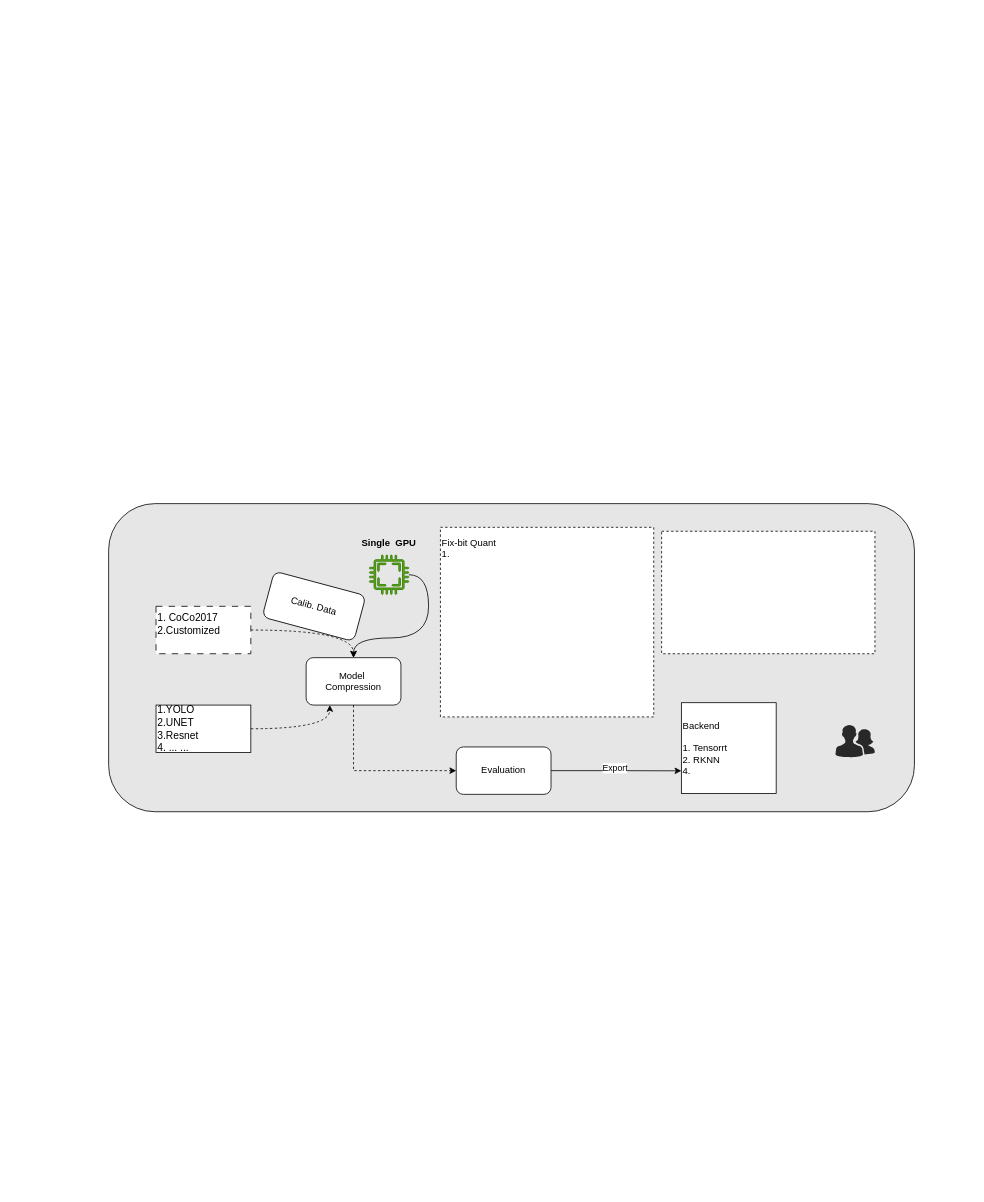
The draw.io diagram 模型压缩流程.drawio in Discovery-Kingdom/draft, before the edit. Source tidied: cells renumbered, new cells numbered last; positions are measured from the earlier drawing's top-left corner, leaving out a move shared by most shapes. Both pictures are drawn from the tidied source at 79%, with x=0, y=0 at pixel (108, 503).
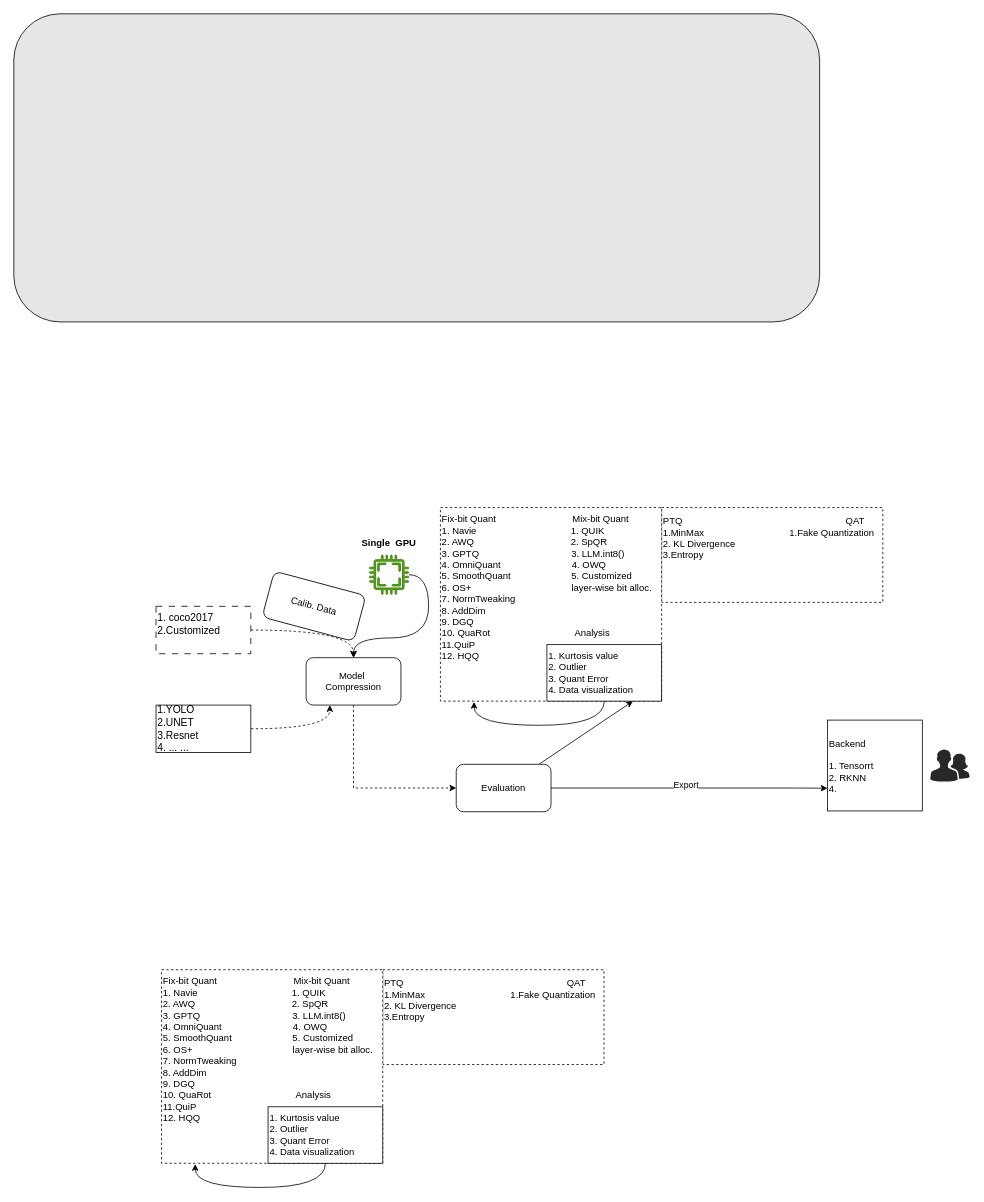
The same diagram, later.

Commit message:
更新模型压缩流程.drawio

Change to the diagram source:
```diff
@@
     <mxCell id="2" style="rounded=1;whiteSpace=wrap;html=1;fillColor=#E6E6E6;" parent="1" vertex="1">
-      <mxGeometry width="1020" height="390" as="geometry" />
+      <mxGeometry x="-120" y="-620" width="1020" height="390" as="geometry" />
     </mxCell>
@@
-    <mxCell id="4" value="1. CoCo2017&lt;div&gt;2.Customized&lt;br&gt;&lt;div&gt;&lt;br&gt;&lt;/div&gt;&lt;/div&gt;" style="rounded=0;whiteSpace=wrap;html=1;dashed=1;dashPattern=8 8;fontSize=13;align=left;" parent="1" vertex="1">
+    <mxCell id="4" value="1. coco2017&lt;div&gt;2.Customized&lt;br&gt;&lt;div&gt;&lt;br&gt;&lt;/div&gt;&lt;/div&gt;" style="rounded=0;whiteSpace=wrap;html=1;dashed=1;dashPattern=8 8;fontSize=13;align=left;" parent="1" vertex="1">
       <mxGeometry x="60" y="130" width="120" height="60" as="geometry" />
     </mxCell>
@@
     <mxCell id="13" style="edgeStyle=orthogonalEdgeStyle;rounded=0;jettySize=auto;html=1;exitX=1;exitY=0.5;exitDx=0;exitDy=0;entryX=0;entryY=0.75;entryDx=0;entryDy=0;" parent="1" edge="1" source="15" target="18">
-      <mxGeometry relative="1" as="geometry" />
+      <mxGeometry relative="1" as="geometry">
+        <Array as="points">
+          <mxPoint x="870" y="360" />
+        </Array>
+      </mxGeometry>
     </mxCell>
@@
+    <mxCell id="20" style="rounded=0;jettySize=auto;html=1;entryX=0.75;entryY=1;entryDx=0;entryDy=0;" parent="1" edge="1" source="15" target="22">
+      <mxGeometry relative="1" as="geometry" />
+    </mxCell>
     <mxCell id="15" value="Evaluation" style="rounded=1;whiteSpace=wrap;html=1;" parent="1" vertex="1">
-      <mxGeometry x="440" y="308" width="120" height="60" as="geometry" />
+      <mxGeometry x="440" y="330" width="120" height="60" as="geometry" />
     </mxCell>
-    <mxCell id="16" value="Fix-bit Quant&lt;div&gt;1.&lt;/div&gt;&lt;div&gt;&lt;br&gt;&lt;/div&gt;&lt;div&gt;&lt;br&gt;&lt;/div&gt;&lt;div&gt;&lt;br&gt;&lt;/div&gt;&lt;div&gt;&lt;br&gt;&lt;/div&gt;&lt;div&gt;&lt;br&gt;&lt;/div&gt;&lt;div&gt;&lt;br&gt;&lt;/div&gt;&lt;div&gt;&lt;br&gt;&lt;/div&gt;&lt;div&gt;&lt;br&gt;&lt;/div&gt;&lt;div&gt;&lt;br&gt;&lt;/div&gt;&lt;div&gt;&lt;br&gt;&lt;/div&gt;&lt;div&gt;&lt;br&gt;&lt;/div&gt;&lt;div&gt;&lt;br&gt;&lt;/div&gt;&lt;div&gt;&lt;br&gt;&lt;/div&gt;" style="rounded=0;whiteSpace=wrap;html=1;align=left;dashed=1;" parent="1" vertex="1">
-      <mxGeometry x="420" y="30" width="270" height="240" as="geometry" />
-    </mxCell>
-    <mxCell id="17" style="rounded=0;whiteSpace=wrap;html=1;dashed=1;" parent="1" vertex="1">
-      <mxGeometry x="700" y="35" width="270" height="155" as="geometry" />
+    <mxCell id="17" value="PTQ&amp;nbsp; &amp;nbsp; &amp;nbsp; &amp;nbsp; &amp;nbsp; &amp;nbsp; &amp;nbsp; &amp;nbsp; &amp;nbsp; &amp;nbsp; &amp;nbsp; &amp;nbsp; &amp;nbsp; &amp;nbsp; &amp;nbsp; &amp;nbsp; &amp;nbsp; &amp;nbsp; &amp;nbsp; &amp;nbsp; &amp;nbsp; &amp;nbsp; &amp;nbsp; &amp;nbsp; &amp;nbsp; &amp;nbsp; &amp;nbsp; &amp;nbsp; &amp;nbsp; &amp;nbsp; &amp;nbsp; QAT&lt;div style=&quot;&quot;&gt;1.MinMax&lt;span style=&quot;white-space: pre;&quot;&gt;&#9;&lt;/span&gt;&lt;span style=&quot;white-space: pre;&quot;&gt;&#9;&lt;/span&gt;&lt;span style=&quot;white-space: pre;&quot;&gt;&#9;&lt;/span&gt;&amp;nbsp;&lt;span style=&quot;white-space: pre;&quot;&gt;&#9;&lt;/span&gt;1.Fake Quantization&lt;/div&gt;&lt;div&gt;2.&amp;nbsp;KL Divergence&lt;/div&gt;&lt;div&gt;3.Entropy&lt;/div&gt;&lt;div&gt;&lt;br&gt;&lt;/div&gt;&lt;div&gt;&lt;br&gt;&lt;/div&gt;&lt;div&gt;&lt;br&gt;&lt;/div&gt;" style="rounded=0;whiteSpace=wrap;html=1;dashed=1;align=left;" parent="1" vertex="1">
+      <mxGeometry x="700" y="5" width="280" height="120" as="geometry" />
     </mxCell>
     <mxCell id="18" value="Backend&lt;div&gt;&lt;br&gt;&lt;div&gt;1. Tensorrt&lt;/div&gt;&lt;div&gt;2. RKNN&lt;/div&gt;&lt;/div&gt;&lt;div&gt;4.&amp;nbsp;&lt;/div&gt;" style="rounded=0;whiteSpace=wrap;html=1;align=left;" parent="1" vertex="1">
-      <mxGeometry x="725" y="252" width="120" height="115" as="geometry" />
+      <mxGeometry x="910" y="274" width="120" height="115" as="geometry" />
     </mxCell>
     <mxCell id="19" style="verticalLabelPosition=bottom;sketch=0;html=1;fillColor=#282828;strokeColor=none;verticalAlign=top;align=center;shape=mxgraph.cisco_safe.people_places_things_icons.icon2;" parent="1" vertex="1">
-      <mxGeometry x="920" y="280" width="50" height="41" as="geometry" />
+      <mxGeometry x="1040" y="311" width="50" height="41" as="geometry" />
     </mxCell>
+    <mxCell id="21" style="group;" parent="1" vertex="1">
+      <mxGeometry x="420" y="5" width="280" height="245" as="geometry" />
+    </mxCell>
+    <mxCell id="16" value="Fix-bit Quant&amp;nbsp; &amp;nbsp; &amp;nbsp; &amp;nbsp; &amp;nbsp; &amp;nbsp; &amp;nbsp; &amp;nbsp; &amp;nbsp; &amp;nbsp; &amp;nbsp; &amp;nbsp; &amp;nbsp; &amp;nbsp; &amp;nbsp;Mix-bit Quant&lt;div&gt;&lt;div&gt;&lt;div&gt;1. Navie&lt;span style=&quot;white-space: pre;&quot;&gt;&#9;&lt;/span&gt;&lt;span style=&quot;white-space: pre;&quot;&gt;&#9;&lt;/span&gt;&lt;span style=&quot;white-space: pre;&quot;&gt;&#9;&lt;/span&gt;&lt;span style=&quot;white-space: pre;&quot;&gt;&#9;&lt;/span&gt;&lt;span style=&quot;white-space: pre;&quot;&gt;&#9;&lt;/span&gt;&amp;nbsp;1. QUIK&lt;/div&gt;&lt;div&gt;2. AWQ&lt;span style=&quot;white-space: pre;&quot;&gt;&#9;&lt;/span&gt;&lt;span style=&quot;white-space: pre;&quot;&gt;&#9;&lt;/span&gt;&lt;span style=&quot;white-space: pre;&quot;&gt;&#9;&lt;/span&gt;&lt;span style=&quot;white-space: pre;&quot;&gt;&#9;&lt;/span&gt;&lt;span style=&quot;white-space: pre;&quot;&gt;&#9;&lt;/span&gt;&amp;nbsp;2. SpQR&lt;span style=&quot;white-space: pre;&quot;&gt;&#9;&lt;/span&gt;&lt;span style=&quot;white-space: pre;&quot;&gt;&#9;&lt;/span&gt;&lt;/div&gt;&lt;div&gt;3. GPTQ&amp;nbsp; &amp;nbsp; &amp;nbsp; &amp;nbsp; &amp;nbsp; &amp;nbsp; &amp;nbsp; &amp;nbsp; &amp;nbsp; &amp;nbsp; &amp;nbsp; &amp;nbsp; &amp;nbsp; &amp;nbsp; &amp;nbsp; &amp;nbsp; &amp;nbsp; &amp;nbsp;3. LLM.int8()&lt;/div&gt;&lt;div&gt;4. OmniQuant&amp;nbsp; &amp;nbsp; &amp;nbsp; &amp;nbsp; &amp;nbsp; &amp;nbsp; &amp;nbsp; &amp;nbsp; &amp;nbsp; &amp;nbsp; &amp;nbsp; &amp;nbsp; &amp;nbsp; &amp;nbsp;4. OWQ&lt;/div&gt;&lt;div&gt;5. SmoothQuant&amp;nbsp; &amp;nbsp; &amp;nbsp; &amp;nbsp; &amp;nbsp; &amp;nbsp; &amp;nbsp; &amp;nbsp; &amp;nbsp; &amp;nbsp; &amp;nbsp; &amp;nbsp;5. Customized&amp;nbsp;&lt;/div&gt;&lt;div&gt;6. OS+&amp;nbsp; &amp;nbsp; &amp;nbsp; &amp;nbsp; &amp;nbsp; &amp;nbsp; &amp;nbsp; &amp;nbsp; &amp;nbsp; &amp;nbsp; &amp;nbsp; &amp;nbsp; &amp;nbsp; &amp;nbsp; &amp;nbsp; &amp;nbsp; &amp;nbsp; &amp;nbsp; &amp;nbsp; layer-wise bit alloc.&lt;/div&gt;&lt;div&gt;7. NormTweaking&lt;/div&gt;&lt;div&gt;8. AddDim&lt;/div&gt;&lt;div&gt;9. DGQ&amp;nbsp; &amp;nbsp; &amp;nbsp; &amp;nbsp; &amp;nbsp; &amp;nbsp; &amp;nbsp; &amp;nbsp; &amp;nbsp; &amp;nbsp; &amp;nbsp; &amp;nbsp; &amp;nbsp; &amp;nbsp; &amp;nbsp; &amp;nbsp; &amp;nbsp; &amp;nbsp;&lt;/div&gt;&lt;div&gt;10. QuaRot&amp;nbsp; &amp;nbsp; &amp;nbsp; &amp;nbsp; &amp;nbsp; &amp;nbsp; &amp;nbsp; &amp;nbsp; &amp;nbsp; &amp;nbsp; &amp;nbsp; &amp;nbsp; &amp;nbsp; &amp;nbsp; &amp;nbsp; &amp;nbsp;&amp;nbsp;&lt;span style=&quot;background-color: transparent; color: light-dark(rgb(0, 0, 0), rgb(255, 255, 255));&quot;&gt;Analysis&lt;/span&gt;&lt;/div&gt;&lt;div&gt;11.QuiP&lt;/div&gt;&lt;div&gt;12. HQQ&lt;/div&gt;&lt;div&gt;&lt;br&gt;&lt;/div&gt;&lt;div&gt;&lt;br&gt;&lt;/div&gt;&lt;div&gt;&lt;br&gt;&lt;/div&gt;&lt;/div&gt;&lt;/div&gt;" style="rounded=0;whiteSpace=wrap;html=1;align=left;dashed=1;" parent="21" vertex="1">
+      <mxGeometry width="280" height="245" as="geometry" />
+    </mxCell>
+    <mxCell id="22" value="1. Kurtosis value&lt;div&gt;2. Outlier&lt;/div&gt;&lt;div&gt;3. Quant Error&lt;/div&gt;&lt;div&gt;4. Data visualization&lt;/div&gt;" style="rounded=0;whiteSpace=wrap;html=1;align=left;" parent="21" vertex="1">
+      <mxGeometry x="134.8" y="173.5" width="145.2" height="71.5" as="geometry" />
+    </mxCell>
+    <mxCell id="23" style="edgeStyle=orthogonalEdgeStyle;rounded=0;jettySize=auto;html=1;entryX=0.152;entryY=1.004;entryDx=0;entryDy=0;entryPerimeter=0;curved=1;" parent="21" edge="1" source="22" target="16">
+      <mxGeometry relative="1" as="geometry">
+        <Array as="points">
+          <mxPoint x="207.4" y="275.6" />
+          <mxPoint x="42.5" y="275.6" />
+        </Array>
+      </mxGeometry>
+    </mxCell>
+    <mxCell id="24" style="edgeStyle=orthogonalEdgeStyle;rounded=0;orthogonalLoop=1;jettySize=auto;html=1;exitX=0.5;exitY=1;exitDx=0;exitDy=0;" parent="1" edge="1" source="17" target="17">
+      <mxGeometry relative="1" as="geometry" />
+    </mxCell>
+    <mxCell id="25" value="PTQ&amp;nbsp; &amp;nbsp; &amp;nbsp; &amp;nbsp; &amp;nbsp; &amp;nbsp; &amp;nbsp; &amp;nbsp; &amp;nbsp; &amp;nbsp; &amp;nbsp; &amp;nbsp; &amp;nbsp; &amp;nbsp; &amp;nbsp; &amp;nbsp; &amp;nbsp; &amp;nbsp; &amp;nbsp; &amp;nbsp; &amp;nbsp; &amp;nbsp; &amp;nbsp; &amp;nbsp; &amp;nbsp; &amp;nbsp; &amp;nbsp; &amp;nbsp; &amp;nbsp; &amp;nbsp; &amp;nbsp; QAT&lt;div style=&quot;&quot;&gt;1.MinMax&lt;span style=&quot;white-space: pre;&quot;&gt;&#9;&lt;/span&gt;&lt;span style=&quot;white-space: pre;&quot;&gt;&#9;&lt;/span&gt;&lt;span style=&quot;white-space: pre;&quot;&gt;&#9;&lt;/span&gt;&amp;nbsp;&lt;span style=&quot;white-space: pre;&quot;&gt;&#9;&lt;/span&gt;1.Fake Quantization&lt;/div&gt;&lt;div&gt;2.&amp;nbsp;KL Divergence&lt;/div&gt;&lt;div&gt;3.Entropy&lt;/div&gt;&lt;div&gt;&lt;br&gt;&lt;/div&gt;&lt;div&gt;&lt;br&gt;&lt;/div&gt;&lt;div&gt;&lt;br&gt;&lt;/div&gt;" style="rounded=0;whiteSpace=wrap;html=1;dashed=1;align=left;" parent="1" vertex="1">
+      <mxGeometry x="347" y="590" width="280" height="120" as="geometry" />
+    </mxCell>
+    <mxCell id="26" style="group;" parent="1" vertex="1">
+      <mxGeometry x="67" y="590" width="280" height="245" as="geometry" />
+    </mxCell>
+    <mxCell id="27" value="Fix-bit Quant&amp;nbsp; &amp;nbsp; &amp;nbsp; &amp;nbsp; &amp;nbsp; &amp;nbsp; &amp;nbsp; &amp;nbsp; &amp;nbsp; &amp;nbsp; &amp;nbsp; &amp;nbsp; &amp;nbsp; &amp;nbsp; &amp;nbsp;Mix-bit Quant&lt;div&gt;&lt;div&gt;&lt;div&gt;1. Navie&lt;span style=&quot;white-space: pre;&quot;&gt;&#9;&lt;/span&gt;&lt;span style=&quot;white-space: pre;&quot;&gt;&#9;&lt;/span&gt;&lt;span style=&quot;white-space: pre;&quot;&gt;&#9;&lt;/span&gt;&lt;span style=&quot;white-space: pre;&quot;&gt;&#9;&lt;/span&gt;&lt;span style=&quot;white-space: pre;&quot;&gt;&#9;&lt;/span&gt;&amp;nbsp;1. QUIK&lt;/div&gt;&lt;div&gt;2. AWQ&lt;span style=&quot;white-space: pre;&quot;&gt;&#9;&lt;/span&gt;&lt;span style=&quot;white-space: pre;&quot;&gt;&#9;&lt;/span&gt;&lt;span style=&quot;white-space: pre;&quot;&gt;&#9;&lt;/span&gt;&lt;span style=&quot;white-space: pre;&quot;&gt;&#9;&lt;/span&gt;&lt;span style=&quot;white-space: pre;&quot;&gt;&#9;&lt;/span&gt;&amp;nbsp;2. SpQR&lt;span style=&quot;white-space: pre;&quot;&gt;&#9;&lt;/span&gt;&lt;span style=&quot;white-space: pre;&quot;&gt;&#9;&lt;/span&gt;&lt;/div&gt;&lt;div&gt;3. GPTQ&amp;nbsp; &amp;nbsp; &amp;nbsp; &amp;nbsp; &amp;nbsp; &amp;nbsp; &amp;nbsp; &amp;nbsp; &amp;nbsp; &amp;nbsp; &amp;nbsp; &amp;nbsp; &amp;nbsp; &amp;nbsp; &amp;nbsp; &amp;nbsp; &amp;nbsp; &amp;nbsp;3. LLM.int8()&lt;/div&gt;&lt;div&gt;4. OmniQuant&amp;nbsp; &amp;nbsp; &amp;nbsp; &amp;nbsp; &amp;nbsp; &amp;nbsp; &amp;nbsp; &amp;nbsp; &amp;nbsp; &amp;nbsp; &amp;nbsp; &amp;nbsp; &amp;nbsp; &amp;nbsp;4. OWQ&lt;/div&gt;&lt;div&gt;5. SmoothQuant&amp;nbsp; &amp;nbsp; &amp;nbsp; &amp;nbsp; &amp;nbsp; &amp;nbsp; &amp;nbsp; &amp;nbsp; &amp;nbsp; &amp;nbsp; &amp;nbsp; &amp;nbsp;5. Customized&amp;nbsp;&lt;/div&gt;&lt;div&gt;6. OS+&amp;nbsp; &amp;nbsp; &amp;nbsp; &amp;nbsp; &amp;nbsp; &amp;nbsp; &amp;nbsp; &amp;nbsp; &amp;nbsp; &amp;nbsp; &amp;nbsp; &amp;nbsp; &amp;nbsp; &amp;nbsp; &amp;nbsp; &amp;nbsp; &amp;nbsp; &amp;nbsp; &amp;nbsp; layer-wise bit alloc.&lt;/div&gt;&lt;div&gt;7. NormTweaking&lt;/div&gt;&lt;div&gt;8. AddDim&lt;/div&gt;&lt;div&gt;9. DGQ&amp;nbsp; &amp;nbsp; &amp;nbsp; &amp;nbsp; &amp;nbsp; &amp;nbsp; &amp;nbsp; &amp;nbsp; &amp;nbsp; &amp;nbsp; &amp;nbsp; &amp;nbsp; &amp;nbsp; &amp;nbsp; &amp;nbsp; &amp;nbsp; &amp;nbsp; &amp;nbsp;&lt;/div&gt;&lt;div&gt;10. QuaRot&amp;nbsp; &amp;nbsp; &amp;nbsp; &amp;nbsp; &amp;nbsp; &amp;nbsp; &amp;nbsp; &amp;nbsp; &amp;nbsp; &amp;nbsp; &amp;nbsp; &amp;nbsp; &amp;nbsp; &amp;nbsp; &amp;nbsp; &amp;nbsp;&amp;nbsp;&lt;span style=&quot;background-color: transparent; color: light-dark(rgb(0, 0, 0), rgb(255, 255, 255));&quot;&gt;Analysis&lt;/span&gt;&lt;/div&gt;&lt;div&gt;11.QuiP&lt;/div&gt;&lt;div&gt;12. HQQ&lt;/div&gt;&lt;div&gt;&lt;br&gt;&lt;/div&gt;&lt;div&gt;&lt;br&gt;&lt;/div&gt;&lt;div&gt;&lt;br&gt;&lt;/div&gt;&lt;/div&gt;&lt;/div&gt;" style="rounded=0;whiteSpace=wrap;html=1;align=left;dashed=1;" parent="26" vertex="1">
+      <mxGeometry width="280" height="245" as="geometry" />
+    </mxCell>
+    <mxCell id="28" value="1. Kurtosis value&lt;div&gt;2. Outlier&lt;/div&gt;&lt;div&gt;3. Quant Error&lt;/div&gt;&lt;div&gt;4. Data visualization&lt;/div&gt;" style="rounded=0;whiteSpace=wrap;html=1;align=left;" parent="26" vertex="1">
+      <mxGeometry x="134.8" y="173.5" width="145.2" height="71.5" as="geometry" />
+    </mxCell>
+    <mxCell id="29" style="edgeStyle=orthogonalEdgeStyle;rounded=0;jettySize=auto;html=1;entryX=0.152;entryY=1.004;entryDx=0;entryDy=0;entryPerimeter=0;curved=1;" parent="26" edge="1" source="28" target="27">
+      <mxGeometry relative="1" as="geometry">
+        <Array as="points">
+          <mxPoint x="207.4" y="275.6" />
+          <mxPoint x="42.5" y="275.6" />
+        </Array>
+      </mxGeometry>
+    </mxCell>
+    <mxCell id="30" style="edgeStyle=orthogonalEdgeStyle;rounded=0;orthogonalLoop=1;jettySize=auto;html=1;exitX=0.5;exitY=1;exitDx=0;exitDy=0;" parent="1" edge="1" source="25" target="25">
+      <mxGeometry relative="1" as="geometry" />
+    </mxCell>
```
